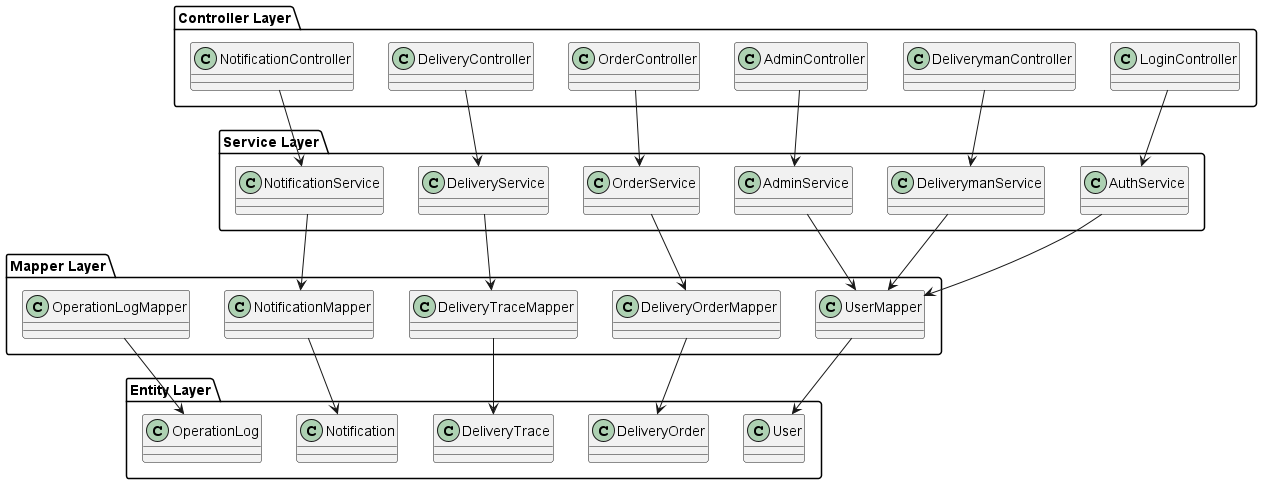
LHkeeper666/city-delivery-system keeps this PlantUML diagram as docs/系统模型图.png. Above is the earlier version. The source it was exported from:
```plantuml
@startuml
package "Controller Layer" {
  class LoginController
  class DeliverymanController
  class AdminController
  class OrderController
  class DeliveryController
  class NotificationController
}

package "Service Layer" {
  class AuthService
  class AdminService
  class OrderService
  class DeliveryService
  class NotificationService
  class DeliverymanService
}

package "Mapper Layer" {
  class UserMapper
  class DeliveryOrderMapper
  class DeliveryTraceMapper
  class NotificationMapper
  class OperationLogMapper
}

package "Entity Layer" {
  class User
  class DeliveryOrder
  class DeliveryTrace
  class Notification
  class OperationLog
}

LoginController --> AuthService
DeliverymanController --> DeliverymanService
AdminController --> AdminService
OrderController --> OrderService
DeliveryController --> DeliveryService
NotificationController --> NotificationService

DeliverymanService --> UserMapper
AuthService --> UserMapper
AdminService --> UserMapper
OrderService --> DeliveryOrderMapper
DeliveryService --> DeliveryTraceMapper
NotificationService --> NotificationMapper

UserMapper --> User
DeliveryOrderMapper --> DeliveryOrder
DeliveryTraceMapper --> DeliveryTrace
NotificationMapper --> Notification
OperationLogMapper --> OperationLog
@enduml
```
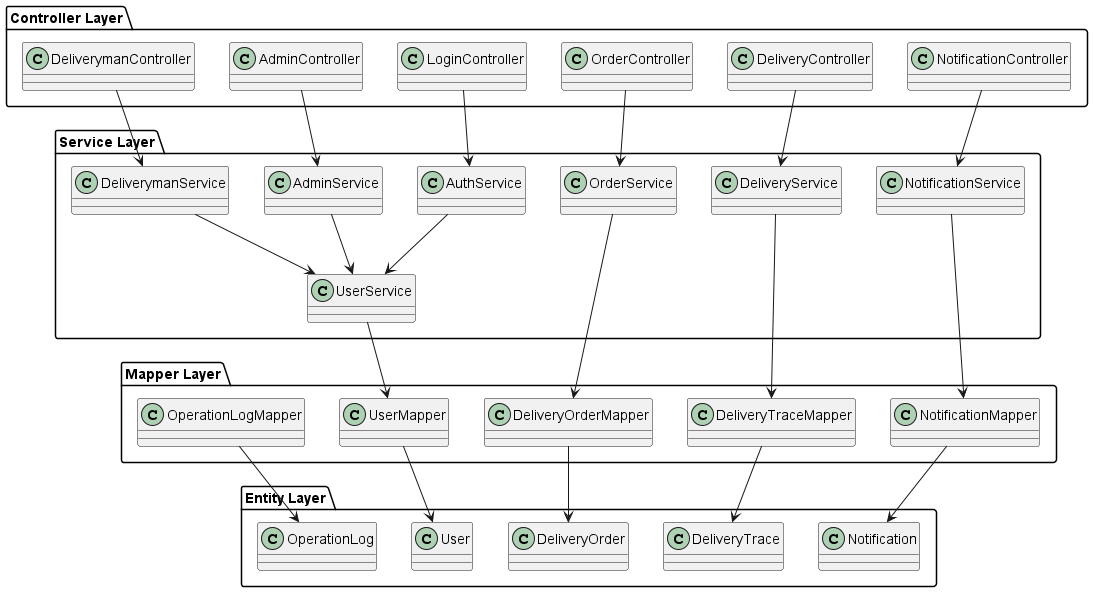
The same file after the commit.

Commit message:
docs: 修改系统模型图

Change to the diagram source:
```diff
@@ -15,6 +15,7 @@
   class DeliveryService
   class NotificationService
   class DeliverymanService
+  class UserService
 }
 
 package "Mapper Layer" {
@@ -40,12 +41,13 @@
 DeliveryController --> DeliveryService
 NotificationController --> NotificationService
 
-DeliverymanService --> UserMapper
-AuthService --> UserMapper
-AdminService --> UserMapper
+DeliverymanService --> UserService
+AuthService --> UserService
+AdminService --> UserService
 OrderService --> DeliveryOrderMapper
 DeliveryService --> DeliveryTraceMapper
 NotificationService --> NotificationMapper
+UserService --> UserMapper
 
 UserMapper --> User
 DeliveryOrderMapper --> DeliveryOrder
```
